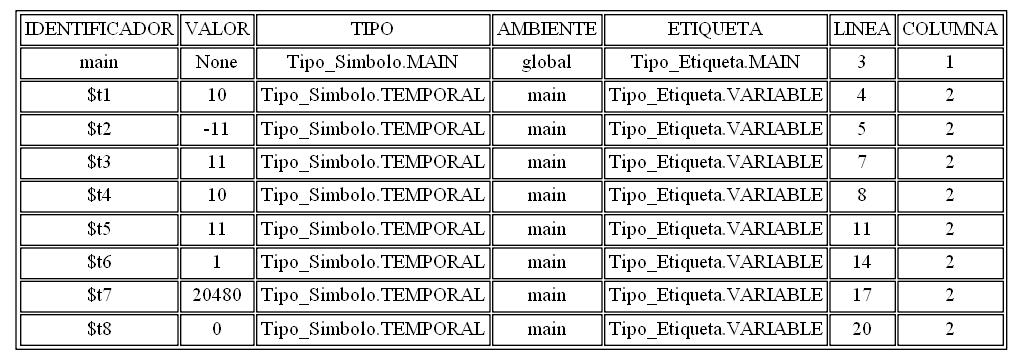
Before: tablasimbolos.png, a diagram exported from Graphviz (AndreeAvalos/OLC2-AUGUS). Its source is kept beside it as tablasimbolos.dot.
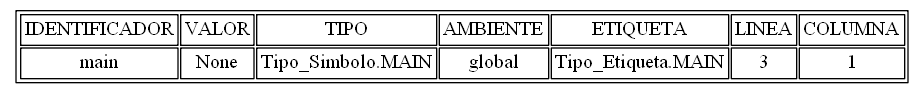
The same diagram one commit later.

The edit, as a diff of the source:
```diff
@@ -4,14 +4,6 @@
 arset [label=<<TABLE ALIGN="LEFT">
 <TR><TD>IDENTIFICADOR</TD><TD>VALOR</TD><TD>TIPO</TD><TD>AMBIENTE</TD><TD>ETIQUETA</TD><TD>LINEA</TD><TD>COLUMNA</TD></TR>
 <TR><TD>main</TD><TD>None</TD><TD>Tipo_Simbolo.MAIN</TD><TD>global</TD><TD>Tipo_Etiqueta.MAIN</TD><TD>3</TD><TD>1</TD></TR>
-<TR><TD>$t1</TD><TD>10</TD><TD>Tipo_Simbolo.TEMPORAL</TD><TD>main</TD><TD>Tipo_Etiqueta.VARIABLE</TD><TD>4</TD><TD>2</TD></TR>
-<TR><TD>$t2</TD><TD>-11</TD><TD>Tipo_Simbolo.TEMPORAL</TD><TD>main</TD><TD>Tipo_Etiqueta.VARIABLE</TD><TD>5</TD><TD>2</TD></TR>
-<TR><TD>$t3</TD><TD>11</TD><TD>Tipo_Simbolo.TEMPORAL</TD><TD>main</TD><TD>Tipo_Etiqueta.VARIABLE</TD><TD>7</TD><TD>2</TD></TR>
-<TR><TD>$t4</TD><TD>10</TD><TD>Tipo_Simbolo.TEMPORAL</TD><TD>main</TD><TD>Tipo_Etiqueta.VARIABLE</TD><TD>8</TD><TD>2</TD></TR>
-<TR><TD>$t5</TD><TD>11</TD><TD>Tipo_Simbolo.TEMPORAL</TD><TD>main</TD><TD>Tipo_Etiqueta.VARIABLE</TD><TD>11</TD><TD>2</TD></TR>
-<TR><TD>$t6</TD><TD>1</TD><TD>Tipo_Simbolo.TEMPORAL</TD><TD>main</TD><TD>Tipo_Etiqueta.VARIABLE</TD><TD>14</TD><TD>2</TD></TR>
-<TR><TD>$t7</TD><TD>20480</TD><TD>Tipo_Simbolo.TEMPORAL</TD><TD>main</TD><TD>Tipo_Etiqueta.VARIABLE</TD><TD>17</TD><TD>2</TD></TR>
-<TR><TD>$t8</TD><TD>0</TD><TD>Tipo_Simbolo.TEMPORAL</TD><TD>main</TD><TD>Tipo_Etiqueta.VARIABLE</TD><TD>20</TD><TD>2</TD></TR>
 </TABLE>
 >, ];
 }
```
